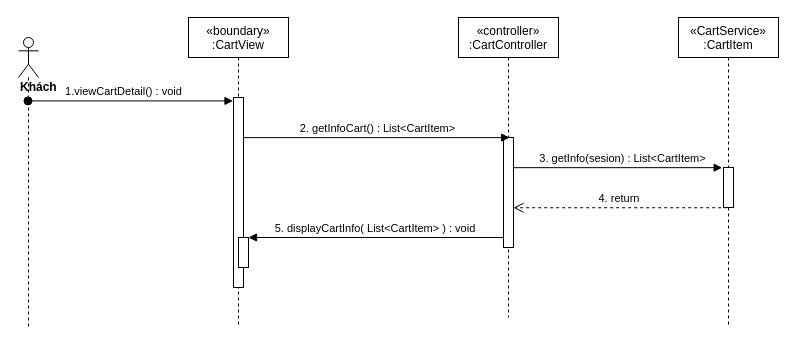
Before: sequence diagram/view-cart-sequence.drawio in nguyenphamvan/datn_20202, a draw.io diagram. Source tidied: cells renumbered, new cells numbered last; positions are measured from the earlier drawing's top-left corner, leaving out a move shared by most shapes. Both pictures are drawn from the tidied source at 100%, with x=0, y=0 at pixel (18, 17).
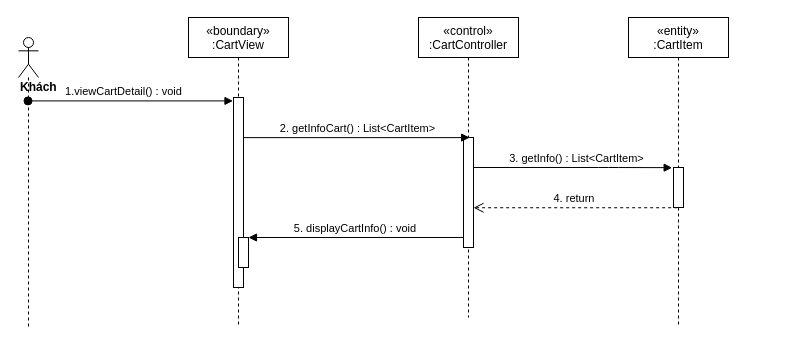
The same page after the edit.

Diff of the diagram source:
```diff
@@
 <mxGraphModel>
   <root>
     <mxCell id="0" />
     <mxCell id="1" parent="0" />
     <mxCell id="2" value="«boundary»&#10;:CartView" style="shape=umlLifeline;perimeter=lifelinePerimeter;rounded=0;shadow=0;strokeWidth=1;" parent="1" vertex="1">
       <mxGeometry x="170" width="100" height="310" as="geometry" />
     </mxCell>
     <mxCell id="3" style="points=[];perimeter=orthogonalPerimeter;rounded=0;shadow=0;strokeWidth=1;" parent="2" vertex="1">
       <mxGeometry x="45" y="80" width="10" height="190" as="geometry" />
     </mxCell>
     <mxCell id="4" style="html=1;points=[];perimeter=orthogonalPerimeter;" parent="2" vertex="1">
       <mxGeometry x="50" y="220" width="10" height="30" as="geometry" />
     </mxCell>
-    <mxCell id="5" value="«controller»&#10;:CartController" style="shape=umlLifeline;perimeter=lifelinePerimeter;rounded=0;shadow=0;strokeWidth=1;" parent="1" vertex="1">
-      <mxGeometry x="440" width="100" height="300" as="geometry" />
+    <mxCell id="5" value="«control»&#10;:CartController" style="shape=umlLifeline;perimeter=lifelinePerimeter;rounded=0;shadow=0;strokeWidth=1;" parent="1" vertex="1">
+      <mxGeometry x="400" width="100" height="300" as="geometry" />
     </mxCell>
     <mxCell id="6" style="points=[];perimeter=orthogonalPerimeter;rounded=0;shadow=0;strokeWidth=1;" parent="5" vertex="1">
       <mxGeometry x="45" y="120" width="10" height="110" as="geometry" />
     </mxCell>
     <mxCell id="7" value="&lt;div&gt;&lt;b&gt;Khách&lt;/b&gt;&lt;/div&gt;" style="shape=umlLifeline;participant=umlActor;perimeter=lifelinePerimeter;whiteSpace=wrap;html=1;verticalAlign=top;spacingTop=36;outlineConnect=0;align=left;" parent="1" vertex="1">
       <mxGeometry y="20" width="20" height="290" as="geometry" />
     </mxCell>
     <mxCell id="8" value="1.viewCartDetail() : void" style="verticalAlign=bottom;startArrow=oval;endArrow=block;startSize=8;shadow=0;strokeWidth=1;entryX=-0.05;entryY=0.018;entryDx=0;entryDy=0;entryPerimeter=0;" parent="1" edge="1" source="7" target="3">
       <mxGeometry x="-0.06" relative="1" as="geometry" />
     </mxCell>
     <mxCell id="9" value="2. getInfoCart() : List&amp;lt;CartItem&amp;gt;" style="html=1;verticalAlign=bottom;endArrow=block;entryX=0.617;entryY=0.001;entryDx=0;entryDy=0;entryPerimeter=0;" parent="1" edge="1" source="3" target="6">
       <mxGeometry x="0.01" relative="1" as="geometry" />
     </mxCell>
-    <mxCell id="10" value="«CartService»&#10;:CartItem" style="shape=umlLifeline;perimeter=lifelinePerimeter;rounded=0;shadow=0;strokeWidth=1;" parent="1" vertex="1">
-      <mxGeometry x="660" width="100" height="310" as="geometry" />
+    <mxCell id="10" value="«entity»&#10;:CartItem" style="shape=umlLifeline;perimeter=lifelinePerimeter;rounded=0;shadow=0;strokeWidth=1;" parent="1" vertex="1">
+      <mxGeometry x="610" width="100" height="310" as="geometry" />
     </mxCell>
     <mxCell id="11" style="points=[];perimeter=orthogonalPerimeter;rounded=0;shadow=0;strokeWidth=1;" parent="10" vertex="1">
       <mxGeometry x="45" y="150" width="10" height="40" as="geometry" />
     </mxCell>
-    <mxCell id="12" value="3. getInfo(sesion) : List&amp;lt;CartItem&amp;gt;" style="html=1;verticalAlign=bottom;endArrow=block;entryX=-0.133;entryY=0.004;entryDx=0;entryDy=0;entryPerimeter=0;" parent="1" edge="1" source="6" target="11">
-      <mxGeometry x="0.04" relative="1" as="geometry" />
+    <mxCell id="12" value="3. getInfo() : List&amp;lt;CartItem&amp;gt;" style="html=1;verticalAlign=bottom;endArrow=block;entryX=-0.133;entryY=0.004;entryDx=0;entryDy=0;entryPerimeter=0;" parent="1" edge="1" source="6" target="11">
+      <mxGeometry x="0.04" relative="1" as="geometry">
+        <Array as="points">
+          <mxPoint x="590" y="150" />
+        </Array>
+      </mxGeometry>
     </mxCell>
     <mxCell id="13" value="4. return&amp;nbsp;" style="html=1;verticalAlign=bottom;endArrow=open;dashed=1;endSize=8;exitX=0.367;exitY=1.006;exitDx=0;exitDy=0;exitPerimeter=0;" parent="1" edge="1" source="11" target="6">
       <mxGeometry relative="1" as="geometry" />
     </mxCell>
-    <mxCell id="14" value="5. displayCartInfo( List&lt;CartItem&gt; ) : void" style="verticalAlign=bottom;endArrow=block;shadow=0;strokeWidth=1;" parent="1" edge="1" source="6" target="4">
+    <mxCell id="14" value="5. displayCartInfo() : void" style="verticalAlign=bottom;endArrow=block;shadow=0;strokeWidth=1;" parent="1" edge="1" source="6" target="4">
       <mxGeometry relative="1" as="geometry" />
     </mxCell>
   </root>
 </mxGraphModel>
```
